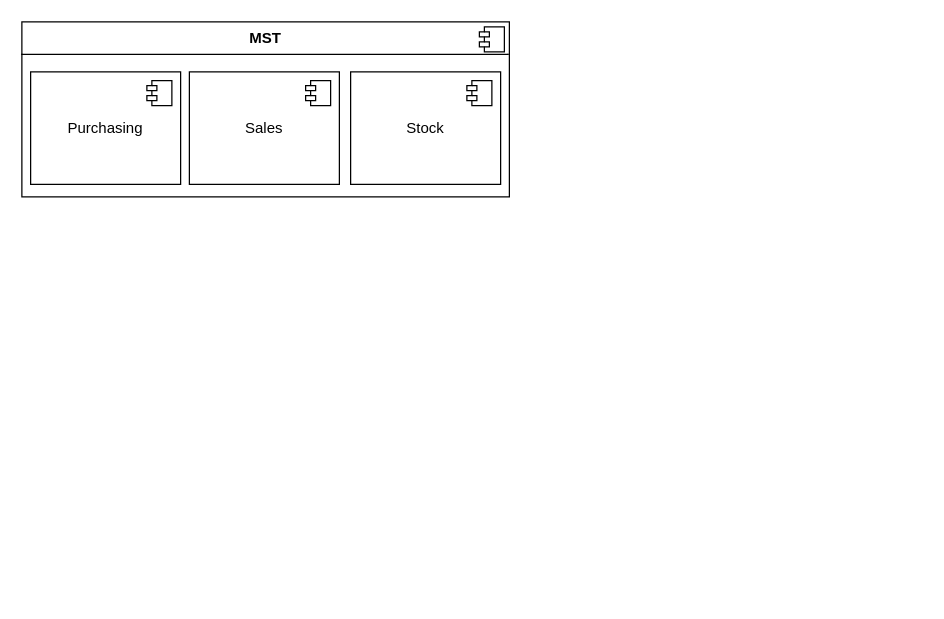
Before: page "Page-2" (2 of 2) of workshop10_week11.drawio in antonykimuom/SWEN30006-2025-SM1-workshop1-tuew05-14-00-team-12, a draw.io diagram. Source tidied: cells renumbered, new cells numbered last; positions are measured from the earlier drawing's top-left corner, leaving out a move shared by most shapes. Both pictures are drawn from the tidied source at 125%, with x=0, y=0 at pixel (21, 21).
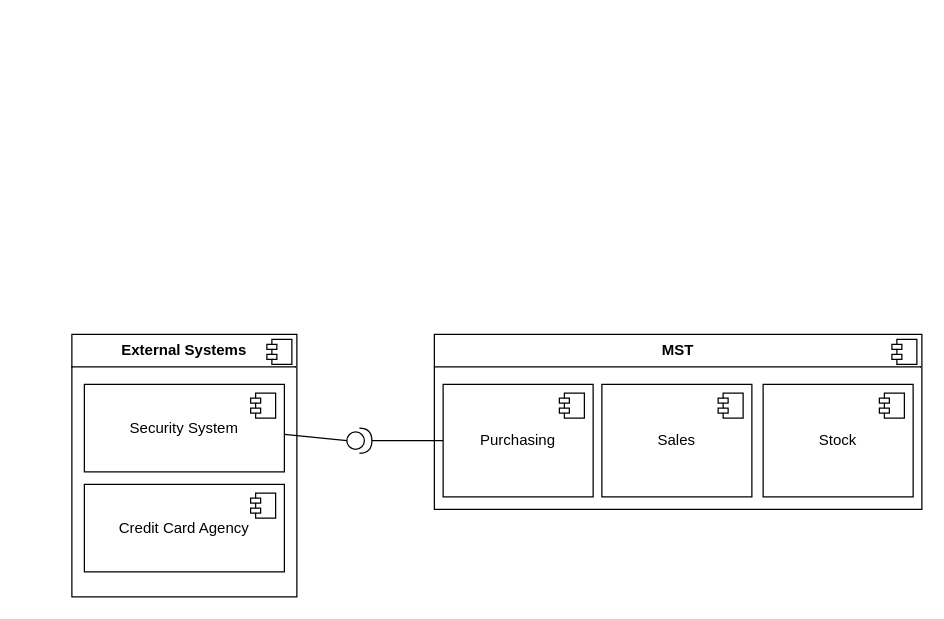
Above is the later version.

Commit message:
made some connections

What changed in the source:
```diff
@@
+    <mxCell id="10" style="group;" parent="1" vertex="1">
+      <mxGeometry x="330" y="250" width="390" height="140" as="geometry" />
+    </mxCell>
-    <mxCell id="2" value="&lt;p style=&quot;margin:0px;margin-top:6px;text-align:center;&quot;&gt;&lt;b&gt;MST&lt;/b&gt;&lt;/p&gt;&lt;hr size=&quot;1&quot; style=&quot;border-style:solid;&quot;&gt;&lt;p style=&quot;margin:0px;margin-left:8px;&quot;&gt;&lt;br&gt;&lt;/p&gt;" style="align=left;overflow=fill;html=1;whiteSpace=wrap;" parent="1" vertex="1">
+    <mxCell id="2" value="&lt;p style=&quot;margin:0px;margin-top:6px;text-align:center;&quot;&gt;&lt;b&gt;MST&lt;/b&gt;&lt;/p&gt;&lt;hr size=&quot;1&quot; style=&quot;border-style:solid;&quot;&gt;&lt;p style=&quot;margin:0px;margin-left:8px;&quot;&gt;&lt;br&gt;&lt;/p&gt;" style="align=left;overflow=fill;html=1;whiteSpace=wrap;" parent="10" vertex="1">
       <mxGeometry width="390" height="140" as="geometry" />
     </mxCell>
@@
-    <mxCell id="4" value="Purchasing" style="html=1;whiteSpace=wrap;" parent="1" vertex="1">
+    <mxCell id="4" value="Purchasing" style="html=1;whiteSpace=wrap;" parent="10" vertex="1">
       <mxGeometry x="7" y="40" width="120" height="90" as="geometry" />
     </mxCell>
@@
-    <mxCell id="6" value="Sales" style="html=1;whiteSpace=wrap;" parent="1" vertex="1">
+    <mxCell id="6" value="Sales" style="html=1;whiteSpace=wrap;" parent="10" vertex="1">
       <mxGeometry x="134" y="40" width="120" height="90" as="geometry" />
     </mxCell>
@@
-    <mxCell id="8" value="Stock" style="html=1;whiteSpace=wrap;" parent="1" vertex="1">
+    <mxCell id="8" value="Stock" style="html=1;whiteSpace=wrap;" parent="10" vertex="1">
       <mxGeometry x="263" y="40" width="120" height="90" as="geometry" />
     </mxCell>
@@
+    <mxCell id="11" style="group;" parent="1" vertex="1">
+      <mxGeometry x="40" y="250" width="180" height="210" as="geometry" />
+    </mxCell>
+    <mxCell id="12" value="&lt;p style=&quot;margin:0px;margin-top:6px;text-align:center;&quot;&gt;&lt;b&gt;External Systems&lt;/b&gt;&lt;/p&gt;&lt;hr size=&quot;1&quot; style=&quot;border-style:solid;&quot;&gt;&lt;p style=&quot;margin:0px;margin-left:8px;&quot;&gt;&lt;br&gt;&lt;/p&gt;" style="align=left;overflow=fill;html=1;whiteSpace=wrap;" parent="11" vertex="1">
+      <mxGeometry width="180" height="210" as="geometry" />
+    </mxCell>
+    <mxCell id="13" style="shape=component;jettyWidth=8;jettyHeight=4;" parent="12" vertex="1">
+      <mxGeometry x="1" width="20" height="20" relative="1" as="geometry">
+        <mxPoint x="-24" y="4" as="offset" />
+      </mxGeometry>
+    </mxCell>
+    <mxCell id="14" style="group;" parent="11" vertex="1">
+      <mxGeometry x="10" y="40" width="160" height="150" as="geometry" />
+    </mxCell>
+    <mxCell id="15" value="Security System" style="html=1;whiteSpace=wrap;" parent="14" vertex="1">
+      <mxGeometry width="160" height="70" as="geometry" />
+    </mxCell>
+    <mxCell id="16" style="shape=module;jettyWidth=8;jettyHeight=4;" parent="15" vertex="1">
+      <mxGeometry x="1" width="20" height="20" relative="1" as="geometry">
+        <mxPoint x="-27" y="7" as="offset" />
+      </mxGeometry>
+    </mxCell>
+    <mxCell id="17" value="Credit Card Agency" style="html=1;whiteSpace=wrap;" parent="14" vertex="1">
+      <mxGeometry y="80" width="160" height="70" as="geometry" />
+    </mxCell>
+    <mxCell id="18" style="shape=module;jettyWidth=8;jettyHeight=4;" parent="17" vertex="1">
+      <mxGeometry x="1" width="20" height="20" relative="1" as="geometry">
+        <mxPoint x="-27" y="7" as="offset" />
+      </mxGeometry>
+    </mxCell>
+    <mxCell id="19" style="endArrow=none;html=1;rounded=0;entryX=0;entryY=0.5;entryDx=0;entryDy=0;" parent="1" edge="1" source="21" target="4">
+      <mxGeometry relative="1" as="geometry" />
+    </mxCell>
+    <mxCell id="20" style="endArrow=none;html=1;rounded=0;entryX=0;entryY=0.5;entryDx=0;entryDy=0;" parent="1" edge="1" target="21">
+      <mxGeometry relative="1" as="geometry">
+        <mxPoint x="210" y="330" as="sourcePoint" />
+      </mxGeometry>
+    </mxCell>
+    <mxCell id="21" style="shape=providedRequiredInterface;html=1;verticalLabelPosition=bottom;sketch=0;" parent="1" vertex="1">
+      <mxGeometry x="260" y="325" width="20" height="20" as="geometry" />
+    </mxCell>
```
